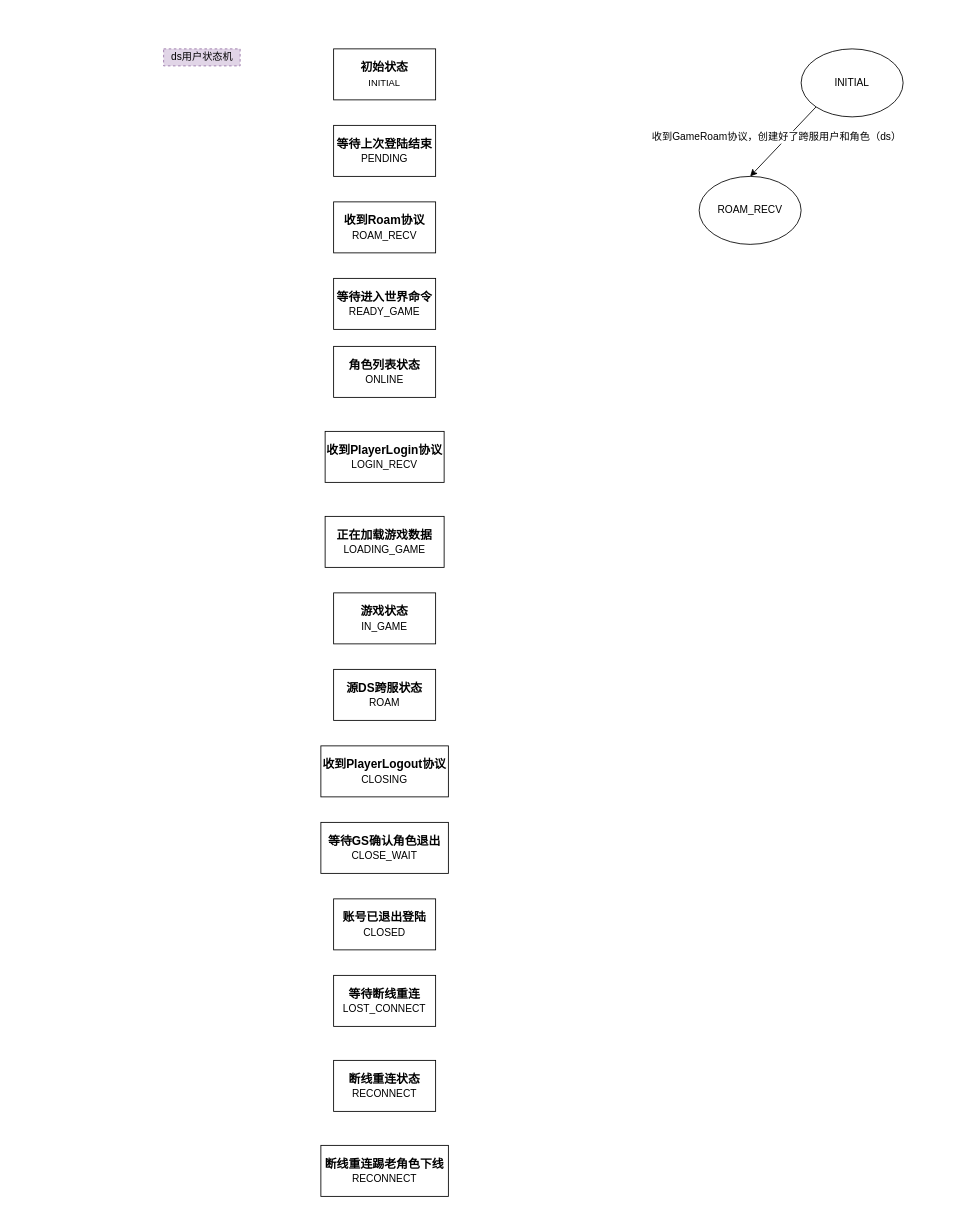
This is page "用户状态机" (11 of 13) of i-server.drawio from hsoul/lqua, a draw.io file, before an edit. Source tidied: cells renumbered, new cells numbered last; positions are measured from the earlier drawing's top-left corner, leaving out a move shared by most shapes. Both pictures are drawn from the tidied source at 85%, with x=0, y=0 at pixel (163, 48).
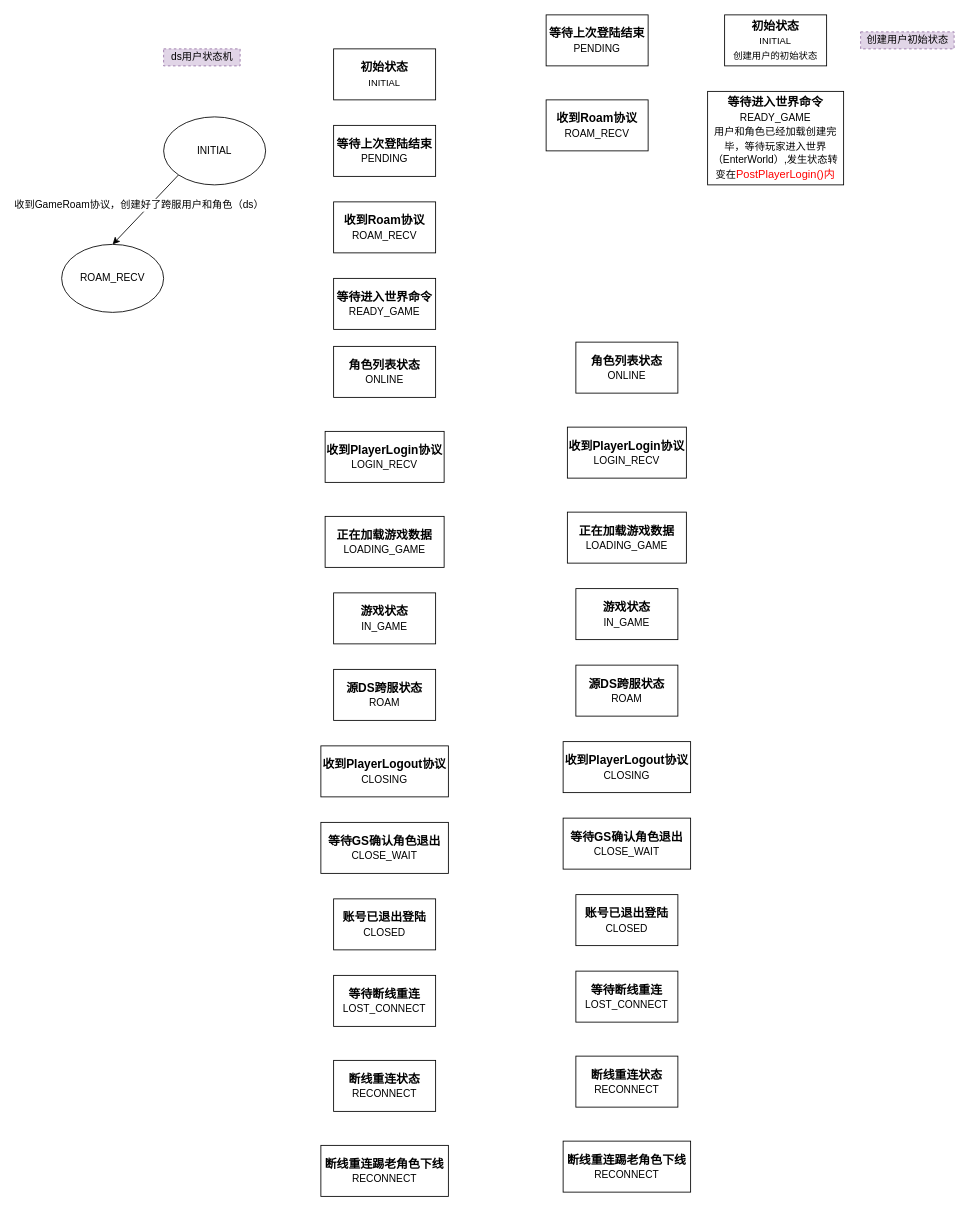
Above is the later version.

The edit, as a diff of the source:
```diff
@@
     <mxCell id="20" value="INITIAL" style="ellipse;whiteSpace=wrap;html=1;sketch=0;fontSize=12;strokeColor=#000000;" parent="1" vertex="1">
-      <mxGeometry x="750" width="120" height="80" as="geometry" />
+      <mxGeometry y="80" width="120" height="80" as="geometry" />
     </mxCell>
     <mxCell id="21" value="ROAM_RECV" style="ellipse;whiteSpace=wrap;html=1;sketch=0;fontSize=12;strokeColor=#000000;" parent="1" vertex="1">
-      <mxGeometry x="630" y="150" width="120" height="80" as="geometry" />
+      <mxGeometry x="-120" y="230" width="120" height="80" as="geometry" />
     </mxCell>
+    <mxCell id="22" value="初始状态&lt;br&gt;&lt;font style=&quot;font-weight: normal ; font-size: 11px&quot;&gt;INITIAL&lt;br&gt;创建用户的初始状态&lt;br&gt;&lt;/font&gt;" style="rounded=0;whiteSpace=wrap;html=1;sketch=0;fontSize=14;fontStyle=1;" parent="1" vertex="1">
+      <mxGeometry x="660" y="-40" width="120" height="60" as="geometry" />
+    </mxCell>
+    <mxCell id="23" value="等待上次登陆结束&lt;br&gt;&lt;font style=&quot;font-size: 12px ; font-weight: normal&quot;&gt;PENDING&lt;/font&gt;" style="rounded=0;whiteSpace=wrap;html=1;sketch=0;fontSize=14;fontStyle=1;" parent="1" vertex="1">
+      <mxGeometry x="450" y="-40" width="120" height="60" as="geometry" />
+    </mxCell>
+    <mxCell id="24" value="收到Roam协议&lt;br&gt;&lt;font style=&quot;font-size: 12px ; font-weight: normal&quot;&gt;ROAM_RECV&lt;/font&gt;" style="rounded=0;whiteSpace=wrap;html=1;sketch=0;fontSize=14;fontStyle=1;" parent="1" vertex="1">
+      <mxGeometry x="450" y="60" width="120" height="60" as="geometry" />
+    </mxCell>
+    <mxCell id="25" value="等待进入世界命令&lt;br&gt;&lt;font style=&quot;font-size: 12px ; font-weight: normal&quot;&gt;READY_GAME&lt;br&gt;用户和角色已经加载创建完毕，等待玩家进入世界（EnterWorld）,发生状态转变在&lt;span style=&quot;color: rgb(255 , 0 , 0) ; font-size: 13px ; text-align: left ; background-color: rgba(255 , 255 , 255 , 0.01)&quot;&gt;PostPlayerLogin()内&lt;/span&gt;&lt;br&gt;&lt;/font&gt;" style="rounded=0;whiteSpace=wrap;html=1;sketch=0;fontSize=14;fontStyle=1;" parent="1" vertex="1">
+      <mxGeometry x="640" y="50" width="160" height="110" as="geometry" />
+    </mxCell>
+    <mxCell id="26" value="角色列表状态&lt;br&gt;&lt;font style=&quot;font-size: 12px ; font-weight: normal&quot;&gt;ONLINE&lt;/font&gt;" style="rounded=0;whiteSpace=wrap;html=1;sketch=0;fontSize=14;fontStyle=1;" parent="1" vertex="1">
+      <mxGeometry x="485" y="345" width="120" height="60" as="geometry" />
+    </mxCell>
+    <mxCell id="27" value="收到PlayerLogin协议&lt;br&gt;&lt;font style=&quot;font-size: 12px ; font-weight: normal&quot;&gt;LOGIN_RECV&lt;/font&gt;" style="rounded=0;whiteSpace=wrap;html=1;sketch=0;fontSize=14;fontStyle=1;" parent="1" vertex="1">
+      <mxGeometry x="475" y="445" width="140" height="60" as="geometry" />
+    </mxCell>
+    <mxCell id="28" value="正在加载游戏数据&lt;br&gt;&lt;font style=&quot;font-size: 12px ; font-weight: normal&quot;&gt;LOADING_GAME&lt;/font&gt;" style="rounded=0;whiteSpace=wrap;html=1;sketch=0;fontSize=14;fontStyle=1;" parent="1" vertex="1">
+      <mxGeometry x="475" y="545" width="140" height="60" as="geometry" />
+    </mxCell>
+    <mxCell id="29" value="游戏状态&lt;br&gt;&lt;font style=&quot;font-size: 12px ; font-weight: normal&quot;&gt;IN_GAME&lt;/font&gt;" style="rounded=0;whiteSpace=wrap;html=1;sketch=0;fontSize=14;fontStyle=1;" parent="1" vertex="1">
+      <mxGeometry x="485" y="635" width="120" height="60" as="geometry" />
+    </mxCell>
+    <mxCell id="30" value="源DS跨服状态&lt;br&gt;&lt;font style=&quot;font-size: 12px ; font-weight: normal&quot;&gt;ROAM&lt;/font&gt;" style="rounded=0;whiteSpace=wrap;html=1;sketch=0;fontSize=14;fontStyle=1;" parent="1" vertex="1">
+      <mxGeometry x="485" y="725" width="120" height="60" as="geometry" />
+    </mxCell>
+    <mxCell id="31" value="收到PlayerLogout协议&lt;br&gt;&lt;font style=&quot;font-size: 12px ; font-weight: normal&quot;&gt;CLOSING&lt;/font&gt;" style="rounded=0;whiteSpace=wrap;html=1;sketch=0;fontSize=14;fontStyle=1;" parent="1" vertex="1">
+      <mxGeometry x="470" y="815" width="150" height="60" as="geometry" />
+    </mxCell>
+    <mxCell id="32" value="等待GS确认角色退出&lt;br&gt;&lt;font style=&quot;font-size: 12px ; font-weight: normal&quot;&gt;CLOSE_WAIT&lt;/font&gt;" style="rounded=0;whiteSpace=wrap;html=1;sketch=0;fontSize=14;fontStyle=1;" parent="1" vertex="1">
+      <mxGeometry x="470" y="905" width="150" height="60" as="geometry" />
+    </mxCell>
+    <mxCell id="33" value="账号已退出登陆&lt;br&gt;&lt;font style=&quot;font-size: 12px ; font-weight: normal&quot;&gt;CLOSED&lt;/font&gt;" style="rounded=0;whiteSpace=wrap;html=1;sketch=0;fontSize=14;fontStyle=1;" parent="1" vertex="1">
+      <mxGeometry x="485" y="995" width="120" height="60" as="geometry" />
+    </mxCell>
+    <mxCell id="34" value="等待断线重连&lt;br&gt;&lt;font style=&quot;font-size: 12px ; font-weight: normal&quot;&gt;LOST_CONNECT&lt;/font&gt;" style="rounded=0;whiteSpace=wrap;html=1;sketch=0;fontSize=14;fontStyle=1;" parent="1" vertex="1">
+      <mxGeometry x="485" y="1085" width="120" height="60" as="geometry" />
+    </mxCell>
+    <mxCell id="35" value="断线重连状态&lt;br&gt;&lt;font style=&quot;font-size: 12px ; font-weight: normal&quot;&gt;RECONNECT&lt;/font&gt;" style="rounded=0;whiteSpace=wrap;html=1;sketch=0;fontSize=14;fontStyle=1;" parent="1" vertex="1">
+      <mxGeometry x="485" y="1185" width="120" height="60" as="geometry" />
+    </mxCell>
+    <mxCell id="36" value="断线重连踢老角色下线&lt;br&gt;&lt;font style=&quot;font-size: 12px ; font-weight: normal&quot;&gt;RECONNECT&lt;/font&gt;" style="rounded=0;whiteSpace=wrap;html=1;sketch=0;fontSize=14;fontStyle=1;" parent="1" vertex="1">
+      <mxGeometry x="470" y="1285" width="150" height="60" as="geometry" />
+    </mxCell>
+    <mxCell id="37" value="创建用户初始状态" style="text;html=1;align=center;verticalAlign=middle;fillColor=#e1d5e7;rounded=0;glass=0;sketch=0;dashed=1;strokeColor=#9673a6;" parent="1" vertex="1">
+      <mxGeometry x="820" y="-20" width="110" height="20" as="geometry" />
+    </mxCell>
```
